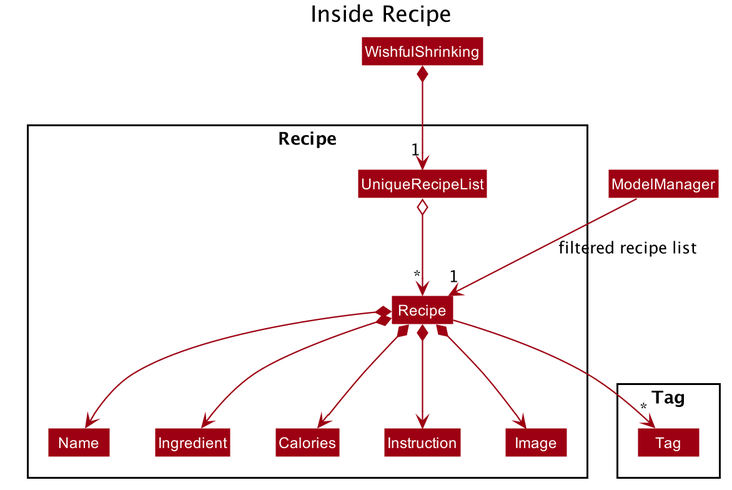
This is docs/images/ModelClass_Recipe.png from nus-cs2103-AY2021S1/tp, a PlantUML export, as it was before one commit. Its diagram source:
```plantuml
@startuml








skinparam BackgroundColor #FFFFFFF

skinparam Shadowing false

skinparam Class {
    FontColor #FFFFFF
    BorderThickness 1
    BorderColor #FFFFFF
    StereotypeFontColor #FFFFFF
    FontName Arial
}

skinparam Actor {
    BorderColor #000000
    Color #000000
    FontName Arial
}

skinparam Sequence {
    MessageAlign center
    BoxFontSize 15
    BoxPadding 0
    BoxFontColor #FFFFFF
    FontName Arial
}

skinparam Participant {
    FontColor #FFFFFFF
    Padding 20
}

skinparam MinClassWidth 50
skinparam ParticipantPadding 10
skinparam Shadowing false
skinparam DefaultTextAlignment center
skinparam packageStyle Rectangle

hide footbox
hide members
hide circle
skinparam arrowThickness 1.1
skinparam arrowColor #9D0012
skinparam classBackgroundColor #9D0012

title Inside Recipe

Class WishfulShrinking
Class ModelManager

Package Recipe {
Class Recipe
Class Ingredient
Class Name
Class Calories
Class Instruction
Class Image
Class UniqueRecipeList
}

Package Tag {
Class Tag
}


WishfulShrinking *--> "1" UniqueRecipeList
UniqueRecipeList o--> "*" Recipe
Recipe *--> Name
Recipe *--> Ingredient
Recipe *--> Calories
Recipe *--> Instruction
Recipe *--> Image
Recipe --> "*" Tag

Name -[hidden]right-> Ingredient
Ingredient -[hidden]right-> Calories
Calories -[hidden]right-> Instruction
Instruction -[hidden]right-> Image

ModelManager -->"1" Recipe : filtered recipe list
@enduml
```
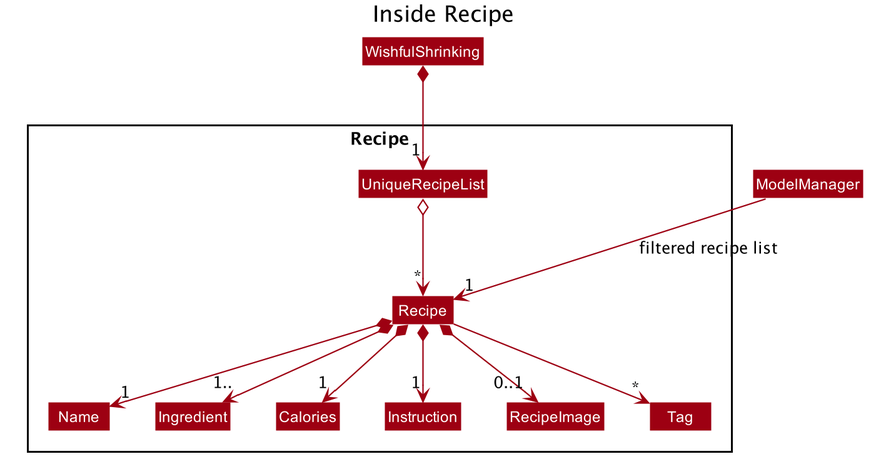
The same file after the commit.

Commit message:
Update Model Diagram

Diff of the diagram source:
```diff
@@ -62,28 +62,25 @@
 Class Name
 Class Calories
 Class Instruction
-Class Image
+Class RecipeImage
 Class UniqueRecipeList
-}
-
-Package Tag {
 Class Tag
 }
 
 
 WishfulShrinking *--> "1" UniqueRecipeList
 UniqueRecipeList o--> "*" Recipe
-Recipe *--> Name
-Recipe *--> Ingredient
-Recipe *--> Calories
-Recipe *--> Instruction
-Recipe *--> Image
+Recipe *--> "1" Name
+Recipe *--> "1.." Ingredient
+Recipe *--> "1" Calories
+Recipe *--> "1" Instruction
+Recipe *--> "0..1" RecipeImage
 Recipe --> "*" Tag
 
 Name -[hidden]right-> Ingredient
 Ingredient -[hidden]right-> Calories
 Calories -[hidden]right-> Instruction
-Instruction -[hidden]right-> Image
+Instruction -[hidden]right-> RecipeImage
 
 ModelManager -->"1" Recipe : filtered recipe list
 @enduml
```
